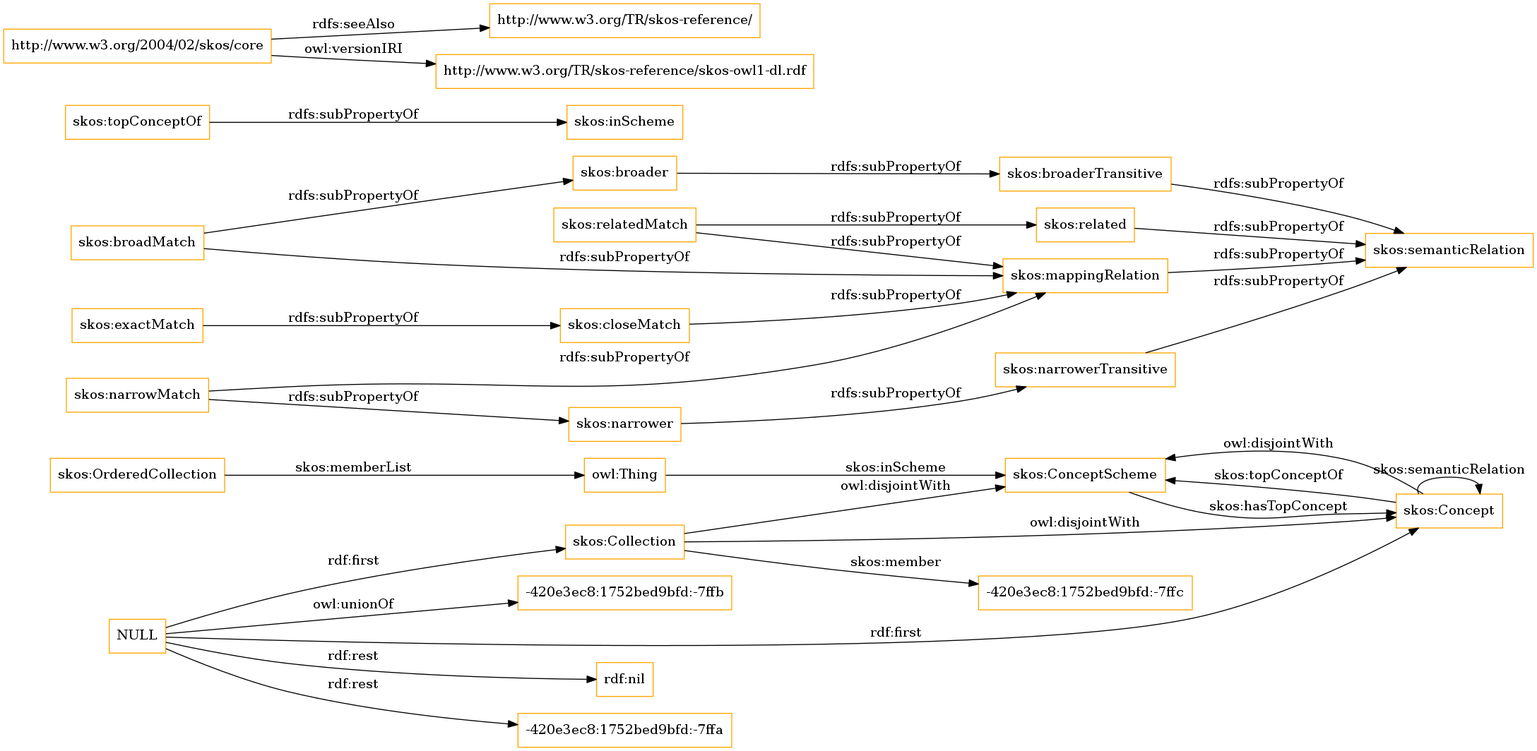
Earlier version of the Graphviz export OnToology/imports/skos.owl/diagrams/ar2dtool-class/skos.owl.png (OnToologyUser/core-ontology-1). Its source is kept beside it as OnToology/imports/skos.owl/diagrams/ar2dtool-class/skos.owl.png.dot.
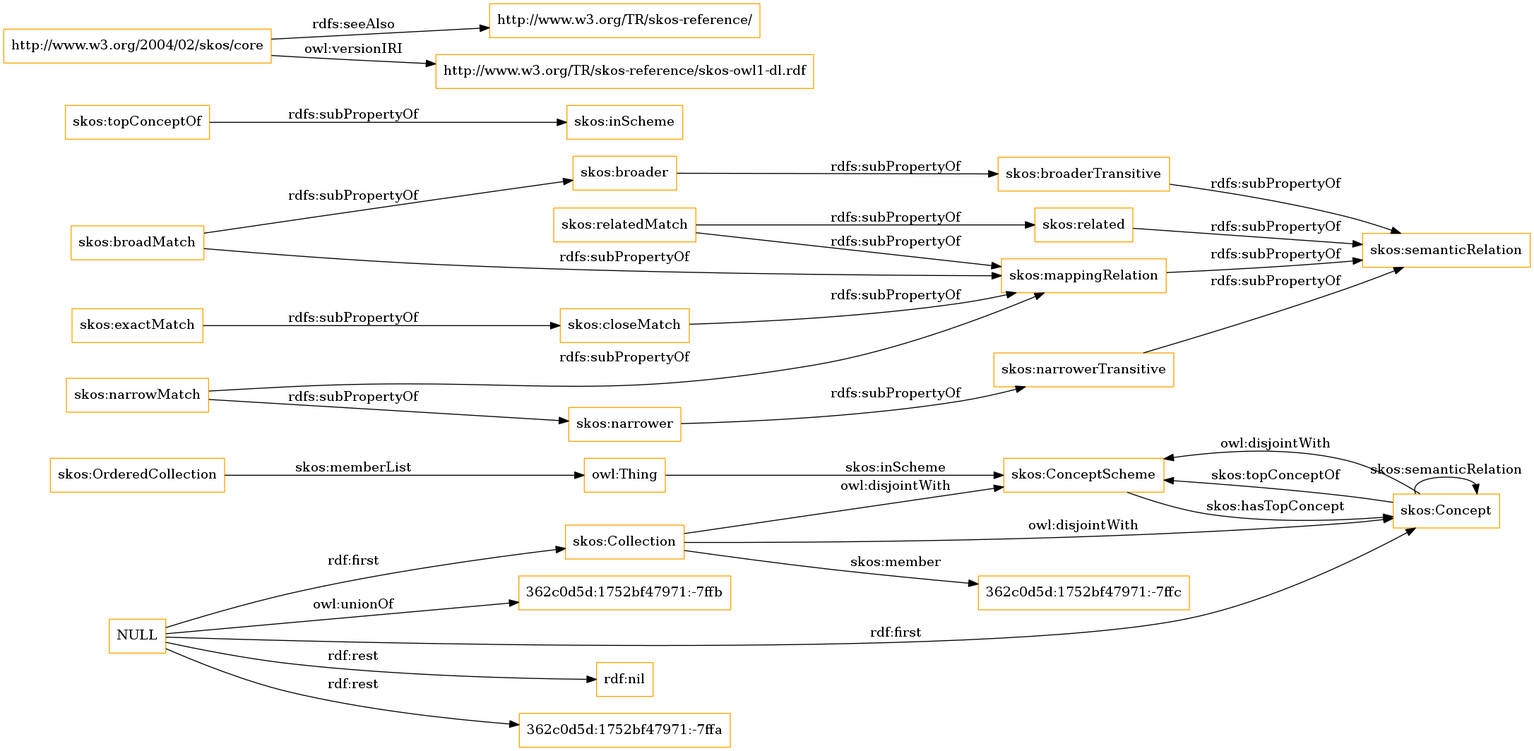
Later version of the same file.

What changed in the source:
```diff
@@ -1,13 +1,13 @@
 digraph ar2dtool_diagram {
 rankdir=LR;
 size="1501"
-node [shape = rectangle, color="orange"]; "skos:OrderedCollection" "skos:ConceptScheme" "skos:Concept" "skos:Collection" "-420e3ec8:1752bed9bfd:-7ffc" ; /*classes style*/
+node [shape = rectangle, color="orange"]; "skos:OrderedCollection" "skos:ConceptScheme" "skos:Concept" "skos:Collection" "362c0d5d:1752bf47971:-7ffc" ; /*classes style*/
 	"skos:narrowerTransitive" -> "skos:semanticRelation" [ label = "rdfs:subPropertyOf" ];
 	"NULL" -> "rdf:nil" [ label = "rdf:rest" ];
 	"NULL" -> "skos:Concept" [ label = "rdf:first" ];
-	"NULL" -> "-420e3ec8:1752bed9bfd:-7ffa" [ label = "rdf:rest" ];
+	"NULL" -> "362c0d5d:1752bf47971:-7ffa" [ label = "rdf:rest" ];
 	"NULL" -> "skos:Collection" [ label = "rdf:first" ];
-	"NULL" -> "-420e3ec8:1752bed9bfd:-7ffb" [ label = "owl:unionOf" ];
+	"NULL" -> "362c0d5d:1752bf47971:-7ffb" [ label = "owl:unionOf" ];
 	"skos:closeMatch" -> "skos:mappingRelation" [ label = "rdfs:subPropertyOf" ];
 	"skos:Concept" -> "skos:ConceptScheme" [ label = "owl:disjointWith" ];
 	"skos:relatedMatch" -> "skos:related" [ label = "rdfs:subPropertyOf" ];
@@ -30,7 +30,7 @@
 	"skos:OrderedCollection" -> "owl:Thing" [ label = "skos:memberList" ];
 	"skos:Concept" -> "skos:ConceptScheme" [ label = "skos:topConceptOf" ];
 	"skos:Concept" -> "skos:Concept" [ label = "skos:semanticRelation" ];
-	"skos:Collection" -> "-420e3ec8:1752bed9bfd:-7ffc" [ label = "skos:member" ];
+	"skos:Collection" -> "362c0d5d:1752bf47971:-7ffc" [ label = "skos:member" ];
 	"skos:ConceptScheme" -> "skos:Concept" [ label = "skos:hasTopConcept" ];
 	"owl:Thing" -> "skos:ConceptScheme" [ label = "skos:inScheme" ];
 
```
